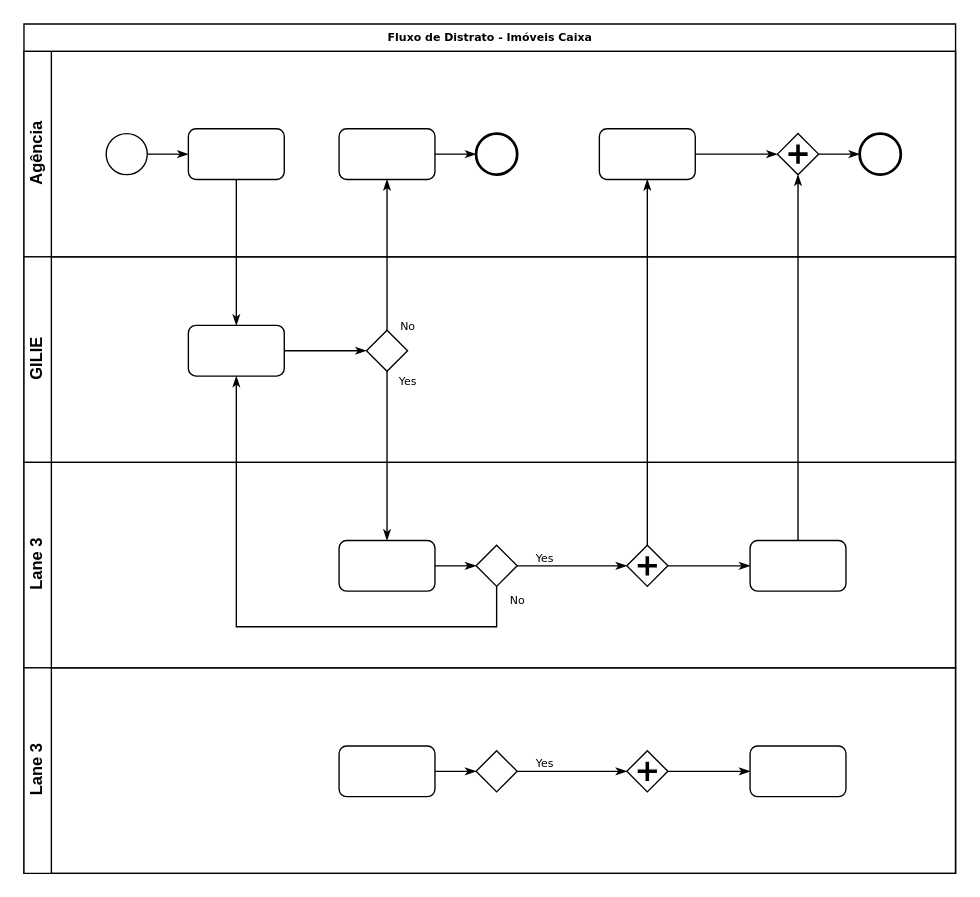
Before: fluxo_distrato_caixa.drawio in cadd70/Caderno-de-Programa-o, a draw.io diagram. Source tidied: cells renumbered, new cells numbered last; positions are measured from the earlier drawing's top-left corner, leaving out a move shared by most shapes. Both pictures are drawn from the tidied source at 137%, with x=0, y=0 at pixel (23, 23).
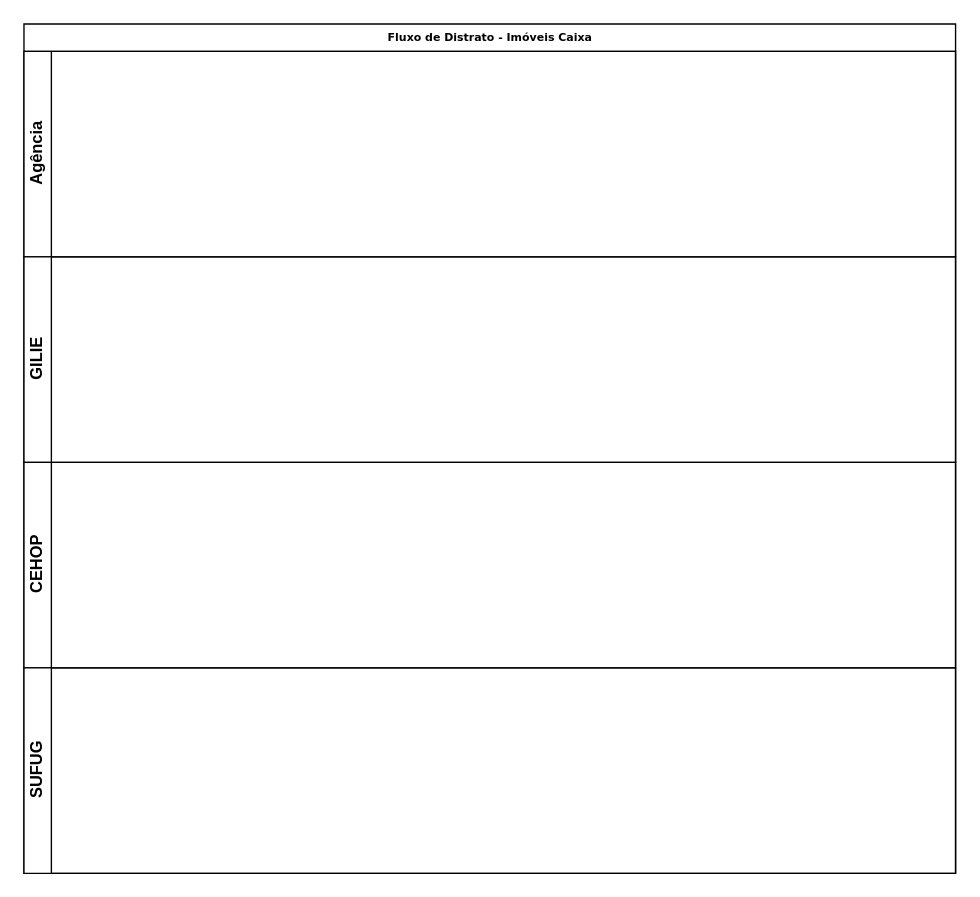
After the change.

The change refers to these unchanged cells:
```xml
<mxCell id="2" value="Fluxo de Distrato - Imóveis Caixa" style="swimlane;html=1;horizontal=1;startSize=20;rounded=0;shadow=0;labelBackgroundColor=none;strokeWidth=1;fontFamily=Verdana;fontSize=8;align=center;" parent="1" vertex="1">
  <mxGeometry width="680" height="620" as="geometry" />
</mxCell>
<mxCell id="3" value="Agência" style="swimlane;html=1;startSize=20;horizontal=0;" parent="2" vertex="1">
  <mxGeometry y="20" width="680" height="150" as="geometry" />
</mxCell>
<mxCell id="15" value="GILIE" style="swimlane;html=1;startSize=20;horizontal=0;" parent="2" vertex="1">
  <mxGeometry y="170" width="680" height="150" as="geometry" />
</mxCell>
```

Change to the diagram source:
```diff
@@
-    <mxCell id="4" style="edgeStyle=orthogonalEdgeStyle;rounded=0;html=1;labelBackgroundColor=none;startArrow=none;startFill=0;startSize=5;endArrow=classicThin;endFill=1;endSize=5;jettySize=auto;strokeWidth=1;fontFamily=Verdana;fontSize=8;" parent="3" edge="1" source="5" target="6">
-      <mxGeometry relative="1" as="geometry" />
-    </mxCell>
-    <mxCell id="5" style="ellipse;whiteSpace=wrap;html=1;rounded=0;shadow=0;labelBackgroundColor=none;strokeWidth=1;fontFamily=Verdana;fontSize=8;align=center;" parent="3" vertex="1">
-      <mxGeometry x="60" y="60" width="30" height="30" as="geometry" />
-    </mxCell>
-    <mxCell id="6" style="rounded=1;whiteSpace=wrap;html=1;shadow=0;labelBackgroundColor=none;strokeWidth=1;fontFamily=Verdana;fontSize=8;align=center;" parent="3" vertex="1">
-      <mxGeometry x="120" y="56.5" width="70" height="37" as="geometry" />
-    </mxCell>
-    <mxCell id="7" style="edgeStyle=orthogonalEdgeStyle;rounded=0;html=1;labelBackgroundColor=none;startArrow=none;startFill=0;startSize=5;endArrow=classicThin;endFill=1;endSize=5;jettySize=auto;strokeWidth=1;fontFamily=Verdana;fontSize=8;" parent="3" edge="1" source="8" target="9">
-      <mxGeometry relative="1" as="geometry" />
-    </mxCell>
-    <mxCell id="8" style="rounded=1;whiteSpace=wrap;html=1;shadow=0;labelBackgroundColor=none;strokeWidth=1;fontFamily=Verdana;fontSize=8;align=center;" parent="3" vertex="1">
-      <mxGeometry x="230" y="56.5" width="70" height="37" as="geometry" />
-    </mxCell>
-    <mxCell id="9" style="ellipse;whiteSpace=wrap;html=1;rounded=0;shadow=0;labelBackgroundColor=none;strokeWidth=2;fontFamily=Verdana;fontSize=8;align=center;" parent="3" vertex="1">
-      <mxGeometry x="330" y="60" width="30" height="30" as="geometry" />
-    </mxCell>
-    <mxCell id="10" style="edgeStyle=orthogonalEdgeStyle;rounded=0;html=1;entryX=0;entryY=0.5;labelBackgroundColor=none;startArrow=none;startFill=0;startSize=5;endArrow=classicThin;endFill=1;endSize=5;jettySize=auto;strokeWidth=1;fontFamily=Verdana;fontSize=8;" parent="3" edge="1" source="11" target="13">
-      <mxGeometry relative="1" as="geometry" />
-    </mxCell>
-    <mxCell id="11" style="rounded=1;whiteSpace=wrap;html=1;shadow=0;labelBackgroundColor=none;strokeWidth=1;fontFamily=Verdana;fontSize=8;align=center;" parent="3" vertex="1">
-      <mxGeometry x="420" y="56.5" width="70" height="37" as="geometry" />
-    </mxCell>
-    <mxCell id="12" style="edgeStyle=orthogonalEdgeStyle;rounded=0;html=1;labelBackgroundColor=none;startArrow=none;startFill=0;startSize=5;endArrow=classicThin;endFill=1;endSize=5;jettySize=auto;strokeWidth=1;fontFamily=Verdana;fontSize=8;" parent="3" edge="1" source="13" target="14">
-      <mxGeometry relative="1" as="geometry" />
-    </mxCell>
-    <mxCell id="13" style="shape=mxgraph.bpmn.shape;html=1;verticalLabelPosition=bottom;labelBackgroundColor=#ffffff;verticalAlign=top;perimeter=rhombusPerimeter;background=gateway;outline=none;symbol=parallelGw;rounded=1;shadow=0;strokeWidth=1;fontFamily=Verdana;fontSize=8;align=center;" parent="3" vertex="1">
-      <mxGeometry x="550" y="60" width="30" height="30" as="geometry" />
-    </mxCell>
-    <mxCell id="14" style="ellipse;whiteSpace=wrap;html=1;rounded=0;shadow=0;labelBackgroundColor=none;strokeWidth=2;fontFamily=Verdana;fontSize=8;align=center;" parent="3" vertex="1">
-      <mxGeometry x="610" y="60" width="30" height="30" as="geometry" />
-    </mxCell>
@@
-    <mxCell id="16" style="edgeStyle=orthogonalEdgeStyle;rounded=0;html=1;labelBackgroundColor=none;startArrow=none;startFill=0;startSize=5;endArrow=classicThin;endFill=1;endSize=5;jettySize=auto;strokeWidth=1;fontFamily=Verdana;fontSize=8;" parent="15" edge="1" source="17" target="18">
-      <mxGeometry relative="1" as="geometry" />
-    </mxCell>
-    <mxCell id="17" style="rounded=1;whiteSpace=wrap;html=1;shadow=0;labelBackgroundColor=none;strokeWidth=1;fontFamily=Verdana;fontSize=8;align=center;" parent="15" vertex="1">
-      <mxGeometry x="120" y="50" width="70" height="37" as="geometry" />
-    </mxCell>
-    <mxCell id="18" style="strokeWidth=1;html=1;shape=mxgraph.flowchart.decision;whiteSpace=wrap;rounded=1;shadow=0;labelBackgroundColor=none;fontFamily=Verdana;fontSize=8;align=center;" parent="15" vertex="1">
-      <mxGeometry x="250" y="53.5" width="30" height="30" as="geometry" />
-    </mxCell>
-    <mxCell id="19" value="Lane 3" style="swimlane;html=1;startSize=20;horizontal=0;" parent="2" vertex="1">
+    <mxCell id="19" value="CEHOP" style="swimlane;html=1;startSize=20;horizontal=0;" parent="2" vertex="1">
       <mxGeometry y="320" width="680" height="150" as="geometry" />
     </mxCell>
-    <mxCell id="20" style="edgeStyle=orthogonalEdgeStyle;rounded=0;html=1;labelBackgroundColor=none;startArrow=none;startFill=0;startSize=5;endArrow=classicThin;endFill=1;endSize=5;jettySize=auto;strokeWidth=1;fontFamily=Verdana;fontSize=8;" parent="19" edge="1" source="21" target="23">
-      <mxGeometry relative="1" as="geometry" />
-    </mxCell>
-    <mxCell id="21" style="rounded=1;whiteSpace=wrap;html=1;shadow=0;labelBackgroundColor=none;strokeWidth=1;fontFamily=Verdana;fontSize=8;align=center;" parent="19" vertex="1">
-      <mxGeometry x="230" y="57" width="70" height="37" as="geometry" />
-    </mxCell>
-    <mxCell id="22" value="Yes" style="edgeStyle=orthogonalEdgeStyle;rounded=0;html=1;entryX=0;entryY=0.5;labelBackgroundColor=none;startArrow=none;startFill=0;startSize=5;endArrow=classicThin;endFill=1;endSize=5;jettySize=auto;strokeWidth=1;fontFamily=Verdana;fontSize=8;" parent="19" edge="1" source="23" target="25">
-      <mxGeometry x="-0.5" y="6" relative="1" as="geometry" />
-    </mxCell>
-    <mxCell id="23" style="strokeWidth=1;html=1;shape=mxgraph.flowchart.decision;whiteSpace=wrap;rounded=1;shadow=0;labelBackgroundColor=none;fontFamily=Verdana;fontSize=8;align=center;" parent="19" vertex="1">
-      <mxGeometry x="330" y="60.5" width="30" height="30" as="geometry" />
-    </mxCell>
-    <mxCell id="24" style="edgeStyle=orthogonalEdgeStyle;rounded=0;html=1;labelBackgroundColor=none;startArrow=none;startFill=0;startSize=5;endArrow=classicThin;endFill=1;endSize=5;jettySize=auto;strokeColor=#000000;strokeWidth=1;fontFamily=Verdana;fontSize=8;fontColor=#000000;" parent="19" edge="1" source="25" target="26">
-      <mxGeometry relative="1" as="geometry" />
-    </mxCell>
-    <mxCell id="25" style="shape=mxgraph.bpmn.shape;html=1;verticalLabelPosition=bottom;labelBackgroundColor=#ffffff;verticalAlign=top;perimeter=rhombusPerimeter;background=gateway;outline=none;symbol=parallelGw;rounded=1;shadow=0;strokeWidth=1;fontFamily=Verdana;fontSize=8;align=center;" parent="19" vertex="1">
-      <mxGeometry x="440" y="60.5" width="30" height="30" as="geometry" />
-    </mxCell>
-    <mxCell id="26" style="rounded=1;whiteSpace=wrap;html=1;shadow=0;labelBackgroundColor=none;strokeWidth=1;fontFamily=Verdana;fontSize=8;align=center;" parent="19" vertex="1">
-      <mxGeometry x="530" y="57" width="70" height="37" as="geometry" />
-    </mxCell>
-    <mxCell id="27" style="edgeStyle=orthogonalEdgeStyle;rounded=0;html=1;labelBackgroundColor=none;startArrow=none;startFill=0;startSize=5;endArrow=classicThin;endFill=1;endSize=5;jettySize=auto;strokeWidth=1;fontFamily=Verdana;fontSize=8;" parent="2" edge="1" source="6" target="17">
-      <mxGeometry relative="1" as="geometry" />
-    </mxCell>
-    <mxCell id="28" value="No" style="edgeStyle=orthogonalEdgeStyle;rounded=0;html=1;labelBackgroundColor=none;startArrow=none;startFill=0;startSize=5;endArrow=classicThin;endFill=1;endSize=5;jettySize=auto;strokeWidth=1;fontFamily=Verdana;fontSize=8;" parent="2" edge="1" source="18" target="8">
-      <mxGeometry x="-0.94" y="-15" relative="1" as="geometry" />
-    </mxCell>
-    <mxCell id="29" value="Yes" style="edgeStyle=orthogonalEdgeStyle;rounded=0;html=1;labelBackgroundColor=none;startArrow=none;startFill=0;startSize=5;endArrow=classicThin;endFill=1;endSize=5;jettySize=auto;strokeWidth=1;fontFamily=Verdana;fontSize=8;" parent="2" edge="1" source="18" target="21">
-      <mxGeometry x="-0.89" y="15" relative="1" as="geometry" />
-    </mxCell>
-    <mxCell id="30" style="edgeStyle=orthogonalEdgeStyle;rounded=0;html=1;entryX=0.5;entryY=1;labelBackgroundColor=none;startArrow=none;startFill=0;startSize=5;endArrow=classicThin;endFill=1;endSize=5;jettySize=auto;strokeWidth=1;fontFamily=Verdana;fontSize=8;" parent="2" edge="1" source="26" target="13">
-      <mxGeometry relative="1" as="geometry" />
-    </mxCell>
-    <mxCell id="31" value="No" style="edgeStyle=orthogonalEdgeStyle;rounded=0;html=1;labelBackgroundColor=none;startArrow=none;startFill=0;startSize=5;endArrow=classicThin;endFill=1;endSize=5;jettySize=auto;strokeWidth=1;fontFamily=Verdana;fontSize=8;" parent="2" edge="1" source="23" target="17">
-      <mxGeometry x="-0.95" y="15" relative="1" as="geometry">
-        <Array as="points">
-          <mxPoint x="345" y="440" />
-          <mxPoint x="155" y="440" />
-        </Array>
-      </mxGeometry>
-    </mxCell>
-    <mxCell id="32" style="edgeStyle=orthogonalEdgeStyle;rounded=0;html=1;labelBackgroundColor=none;startArrow=none;startFill=0;startSize=5;endArrow=classicThin;endFill=1;endSize=5;jettySize=auto;strokeWidth=1;fontFamily=Verdana;fontSize=8;" parent="2" edge="1" source="25" target="11">
-      <mxGeometry relative="1" as="geometry" />
-    </mxCell>
-    <mxCell id="33" value="Lane 3" style="swimlane;html=1;startSize=20;horizontal=0;" parent="2" vertex="1">
+    <mxCell id="33" value="SUFUG" style="swimlane;html=1;startSize=20;horizontal=0;" parent="2" vertex="1">
       <mxGeometry y="470" width="680" height="150" as="geometry" />
     </mxCell>
-    <mxCell id="34" style="edgeStyle=orthogonalEdgeStyle;rounded=0;html=1;labelBackgroundColor=none;startArrow=none;startFill=0;startSize=5;endArrow=classicThin;endFill=1;endSize=5;jettySize=auto;strokeWidth=1;fontFamily=Verdana;fontSize=8;" parent="33" edge="1" source="35" target="37">
-      <mxGeometry relative="1" as="geometry" />
-    </mxCell>
-    <mxCell id="35" style="rounded=1;whiteSpace=wrap;html=1;shadow=0;labelBackgroundColor=none;strokeWidth=1;fontFamily=Verdana;fontSize=8;align=center;" parent="33" vertex="1">
-      <mxGeometry x="230" y="57" width="70" height="37" as="geometry" />
-    </mxCell>
-    <mxCell id="36" value="Yes" style="edgeStyle=orthogonalEdgeStyle;rounded=0;html=1;entryX=0;entryY=0.5;labelBackgroundColor=none;startArrow=none;startFill=0;startSize=5;endArrow=classicThin;endFill=1;endSize=5;jettySize=auto;strokeWidth=1;fontFamily=Verdana;fontSize=8;" parent="33" edge="1" source="37" target="39">
-      <mxGeometry x="-0.5" y="6" relative="1" as="geometry" />
-    </mxCell>
-    <mxCell id="37" style="strokeWidth=1;html=1;shape=mxgraph.flowchart.decision;whiteSpace=wrap;rounded=1;shadow=0;labelBackgroundColor=none;fontFamily=Verdana;fontSize=8;align=center;" parent="33" vertex="1">
-      <mxGeometry x="330" y="60.5" width="30" height="30" as="geometry" />
-    </mxCell>
-    <mxCell id="38" style="edgeStyle=orthogonalEdgeStyle;rounded=0;html=1;labelBackgroundColor=none;startArrow=none;startFill=0;startSize=5;endArrow=classicThin;endFill=1;endSize=5;jettySize=auto;strokeColor=#000000;strokeWidth=1;fontFamily=Verdana;fontSize=8;fontColor=#000000;" parent="33" edge="1" source="39" target="40">
-      <mxGeometry relative="1" as="geometry" />
-    </mxCell>
-    <mxCell id="39" style="shape=mxgraph.bpmn.shape;html=1;verticalLabelPosition=bottom;labelBackgroundColor=#ffffff;verticalAlign=top;perimeter=rhombusPerimeter;background=gateway;outline=none;symbol=parallelGw;rounded=1;shadow=0;strokeWidth=1;fontFamily=Verdana;fontSize=8;align=center;" parent="33" vertex="1">
-      <mxGeometry x="440" y="60.5" width="30" height="30" as="geometry" />
-    </mxCell>
-    <mxCell id="40" style="rounded=1;whiteSpace=wrap;html=1;shadow=0;labelBackgroundColor=none;strokeWidth=1;fontFamily=Verdana;fontSize=8;align=center;" parent="33" vertex="1">
-      <mxGeometry x="530" y="57" width="70" height="37" as="geometry" />
-    </mxCell>
```
